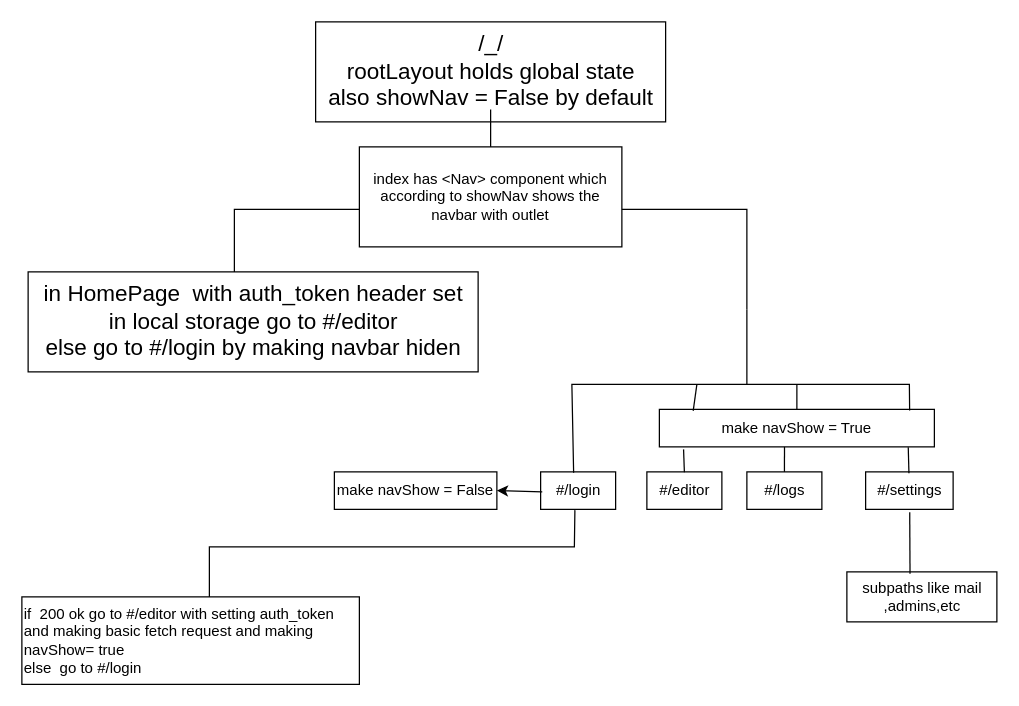
Earlier version of the draw.io diagram ui/ui_logic.drawio (sahilGomes/protonBaaS). Source tidied: cells renumbered, new cells numbered last; positions are measured from the earlier drawing's top-left corner, leaving out a move shared by most shapes. Both pictures are drawn from the tidied source at 125%, with x=0, y=0 at pixel (21, 21).
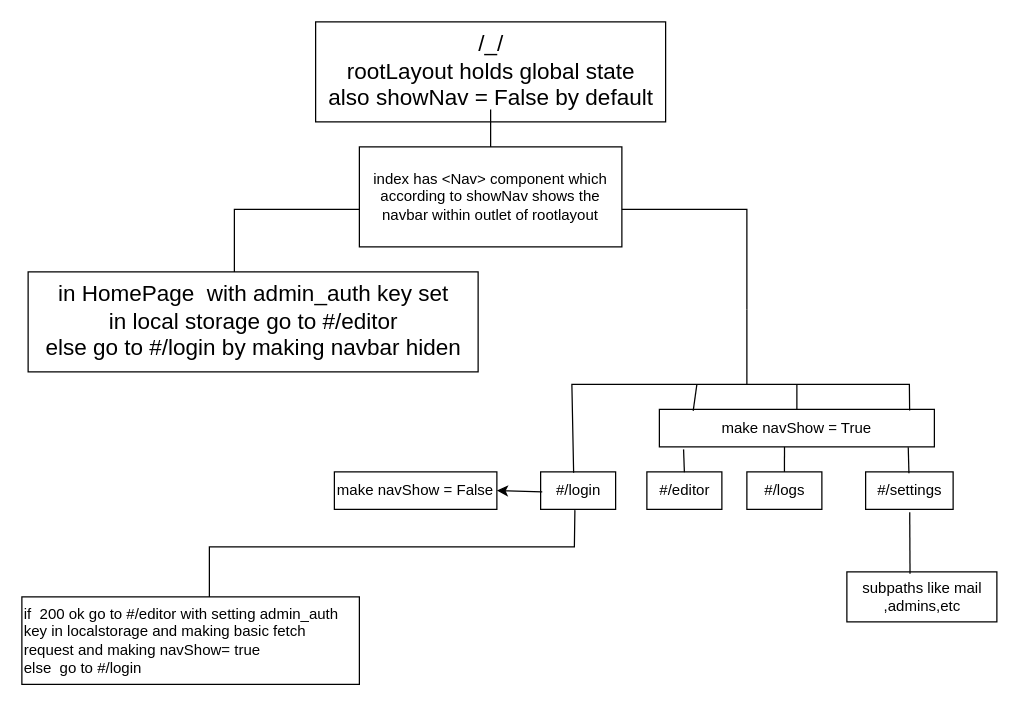
The same page after the edit.

Change to the diagram source:
```diff
@@
-    <mxCell id="3" value="in HomePage&amp;nbsp; with auth_token header set&lt;br&gt;in local storage go to #/editor&lt;br&gt;else go to #/login by making navbar hiden" style="text;html=1;align=center;verticalAlign=middle;strokeColor=default;fillColor=none;fontSize=18;" parent="1" vertex="1">
+    <mxCell id="3" value="in HomePage&amp;nbsp; with admin_auth key set&lt;br&gt;in local storage go to #/editor&lt;br&gt;else go to #/login by making navbar hiden" style="text;html=1;align=center;verticalAlign=middle;strokeColor=default;fillColor=none;fontSize=18;" parent="1" vertex="1">
       <mxGeometry x="5" y="200" width="360" height="80" as="geometry" />
     </mxCell>
@@
-    <mxCell id="16" value="if&amp;nbsp; 200 ok go to #/editor with setting auth_token and making basic fetch request and making navShow= true&lt;br&gt;else&amp;nbsp; go to #/login" style="rounded=0;whiteSpace=wrap;html=1;align=left;" parent="1" vertex="1">
+    <mxCell id="16" value="if&amp;nbsp; 200 ok go to #/editor with setting admin_auth key in localstorage and making basic fetch request and making navShow= true&lt;br&gt;else&amp;nbsp; go to #/login" style="rounded=0;whiteSpace=wrap;html=1;align=left;" parent="1" vertex="1">
       <mxGeometry y="460" width="270" height="70" as="geometry" />
     </mxCell>
@@
-    <mxCell id="23" value="index has &amp;lt;Nav&amp;gt; component which according to showNav shows the navbar with outlet" style="rounded=0;whiteSpace=wrap;html=1;" parent="1" vertex="1">
+    <mxCell id="23" value="index has &amp;lt;Nav&amp;gt; component which according to showNav shows the navbar within outlet of rootlayout" style="rounded=0;whiteSpace=wrap;html=1;" parent="1" vertex="1">
       <mxGeometry x="270" y="100" width="210" height="80" as="geometry" />
     </mxCell>
```
